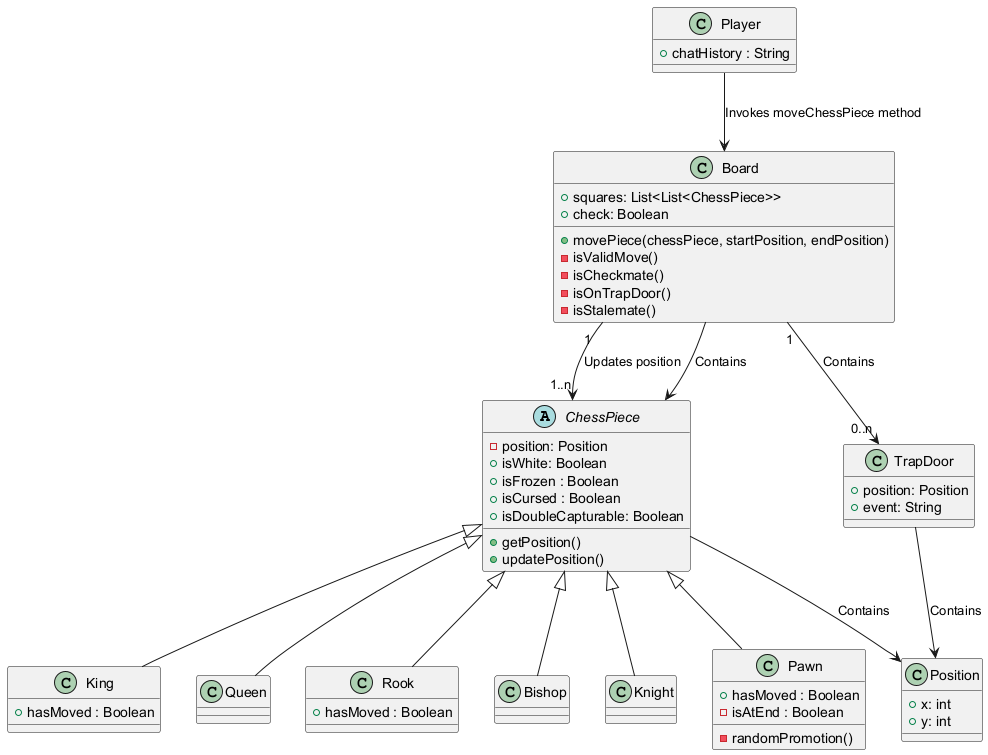
Before: umlClassBuilding/classDiagrams.png, a diagram exported from PlantUML (ThisIs-RJP/CSC1046).
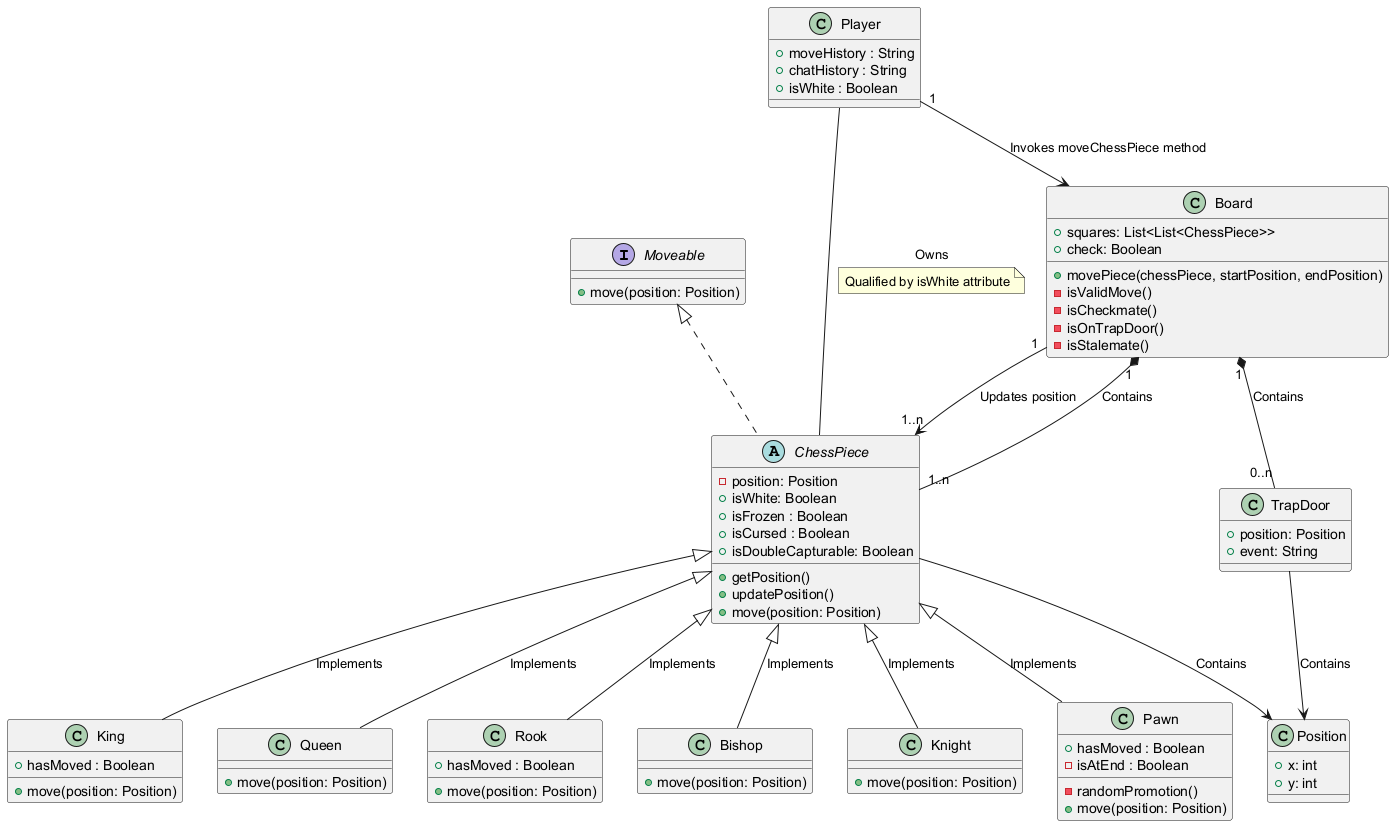
After the commit.

Commit message:
- Refined Class Diagrams - Intialised Object Class Diagrams

The edit, as a diff of the source:
```diff
@@ -1,5 +1,10 @@
 @startuml
-abstract class ChessPiece {
+
+interface Moveable{
+    + move(position: Position)
+}
+
+abstract class ChessPiece implements Moveable{
     - position: Position
     + isWhite: Boolean
     + isFrozen : Boolean
@@ -7,6 +12,7 @@
     + isDoubleCapturable: Boolean
     + getPosition()
     + updatePosition()
+    + move(position: Position)
 }
 
 class Board {
@@ -31,43 +37,58 @@
 
 class King {
     + hasMoved : Boolean
+    + move(position: Position)
 }
 
-class Queen {
+class Queen  {
+    + move(position: Position)
 }
 
-class Rook {
+class Rook  {
     + hasMoved : Boolean
+    + move(position: Position)
 }
 
 class Bishop {
+    + move(position: Position)
 }
 
 class Knight {
+    + move(position: Position)
 }
 
 class Pawn {
     + hasMoved : Boolean
     - isAtEnd : Boolean
     - randomPromotion()
+    + move(position: Position)
 }
 
 class Player {
+    + moveHistory : String
     + chatHistory : String
+    + isWhite : Boolean
 }
 
 Board "1" --> "1..n" ChessPiece : "Updates position"
-Board --> ChessPiece : "Contains"
-Board "1" --> "0..n" TrapDoor : "Contains"
-Player --> Board : "Invokes moveChessPiece method"
+Board "1" *-- "1..n" ChessPiece : "Contains"
+Board "1" *-- "0..n" TrapDoor : "Contains"
+
+Player "1" --> Board : "Invokes moveChessPiece method"
+
 TrapDoor --> Position : "Contains"
 ChessPiece --> Position : "Contains"
 
-ChessPiece <|-- King
-ChessPiece <|-- Queen
-ChessPiece <|-- Rook
-ChessPiece <|-- Bishop
-ChessPiece <|-- Knight
-ChessPiece <|-- Pawn
+Player -- ChessPiece : "Owns"
+note on link
+    Qualified by isWhite attribute
+end note
+
+ChessPiece <|-- King : "Implements"
+ChessPiece <|-- Queen : "Implements"
+ChessPiece <|-- Rook : "Implements"
+ChessPiece <|-- Bishop : "Implements"
+ChessPiece <|-- Knight : "Implements"
+ChessPiece <|-- Pawn : "Implements"
 
 @enduml
```
